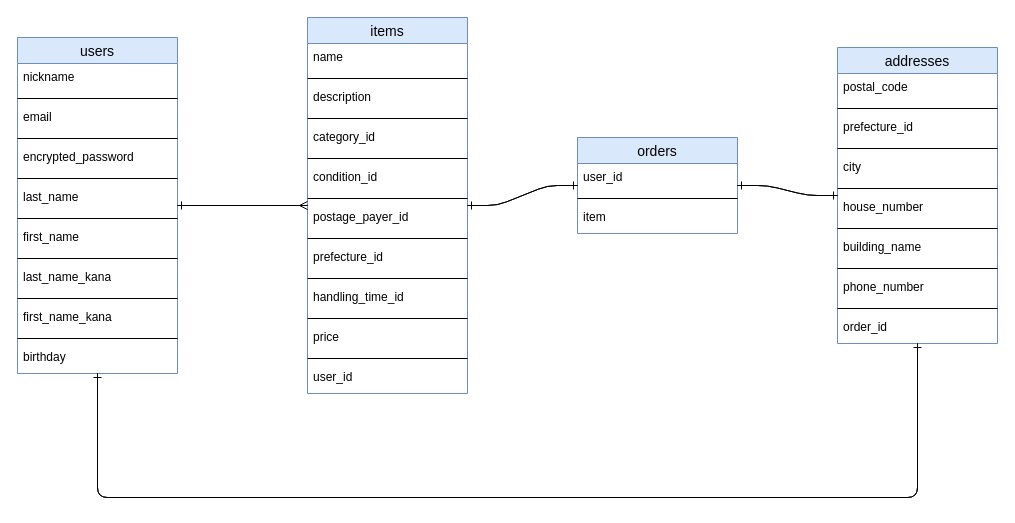
Before: ER.dio in yuyuyu-63/furima-45702, a draw.io diagram. Source tidied: cells renumbered, new cells numbered last; positions are measured from the earlier drawing's top-left corner, leaving out a move shared by most shapes. Both pictures are drawn from the tidied source at 100%, with x=0, y=0 at pixel (17, 17).
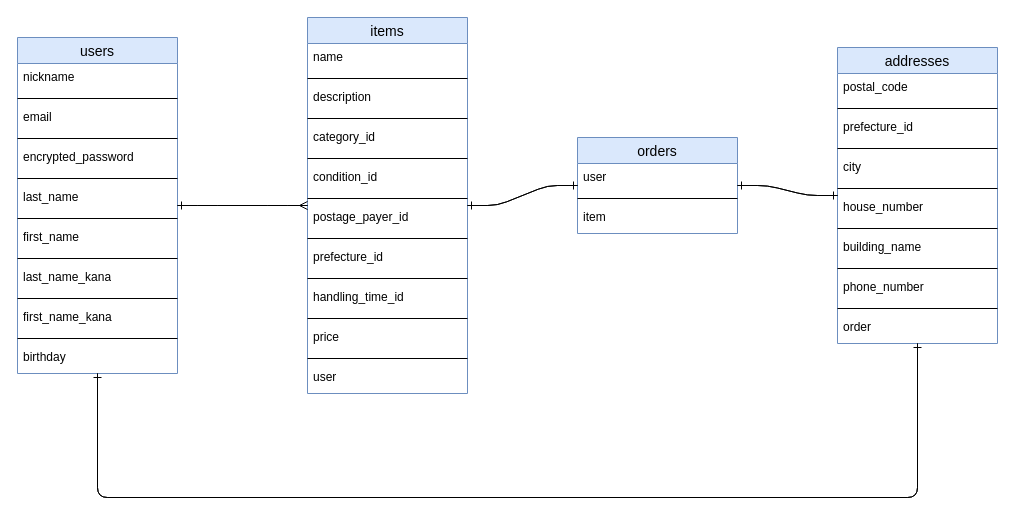
Above is the later version.

Unchanged cells that the change refers to:
```xml
<mxCell id="2" value="orders" style="swimlane;fontStyle=0;horizontal=1;startSize=26;align=center;fontSize=14;fillColor=#dae8fc;strokeColor=#6c8ebf;" parent="1" vertex="1">
  <mxGeometry x="560" y="120" width="160" height="96" as="geometry" />
</mxCell>
<mxCell id="6" value="items" style="swimlane;fontStyle=0;horizontal=1;startSize=26;align=center;fontSize=14;fillColor=#dae8fc;strokeColor=#6c8ebf;" parent="1" vertex="1">
  <mxGeometry x="290" width="160" height="376" as="geometry" />
</mxCell>
<mxCell id="40" value="addresses" style="swimlane;fontStyle=0;horizontal=1;startSize=26;align=center;fontSize=14;fillColor=#dae8fc;strokeColor=#6c8ebf;" parent="1" vertex="1">
  <mxGeometry x="820" y="30" width="160" height="296" as="geometry" />
</mxCell>
```

What changed in the source:
```diff
@@
-    <mxCell id="3" value="user_id" style="text;strokeColor=none;fillColor=none;spacingLeft=4;spacingRight=4;overflow=hidden;fontSize=12;whiteSpace=wrap;html=1;" parent="2" vertex="1">
+    <mxCell id="3" value="user" style="text;strokeColor=none;fillColor=none;spacingLeft=4;spacingRight=4;overflow=hidden;fontSize=12;whiteSpace=wrap;html=1;" parent="2" vertex="1">
       <mxGeometry y="26" width="160" height="30" as="geometry" />
     </mxCell>
@@
-    <mxCell id="23" value="user_id" style="text;strokeColor=none;fillColor=none;spacingLeft=4;spacingRight=4;overflow=hidden;fontSize=12;whiteSpace=wrap;html=1;" parent="6" vertex="1">
+    <mxCell id="23" value="user" style="text;strokeColor=none;fillColor=none;spacingLeft=4;spacingRight=4;overflow=hidden;fontSize=12;whiteSpace=wrap;html=1;" parent="6" vertex="1">
       <mxGeometry y="346" width="160" height="30" as="geometry" />
     </mxCell>
@@
-    <mxCell id="53" value="order_id" style="text;strokeColor=none;fillColor=none;spacingLeft=4;spacingRight=4;overflow=hidden;fontSize=12;whiteSpace=wrap;html=1;" parent="40" vertex="1">
+    <mxCell id="53" value="order" style="text;strokeColor=none;fillColor=none;spacingLeft=4;spacingRight=4;overflow=hidden;fontSize=12;whiteSpace=wrap;html=1;" parent="40" vertex="1">
       <mxGeometry y="266" width="160" height="30" as="geometry" />
     </mxCell>
```
